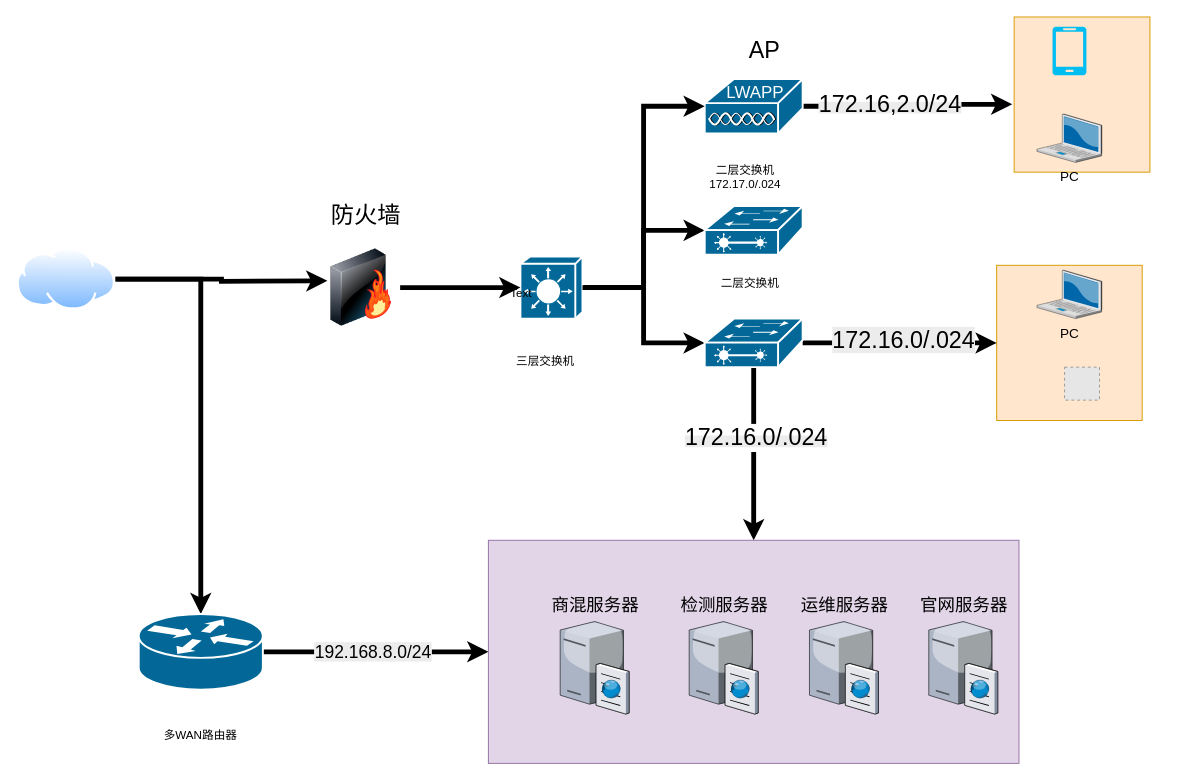
NewStart2019/cardiac-segmentation keeps this draw.io diagram as 未命名绘图.drawio. Above is the earlier version. Source tidied: cells renumbered, new cells numbered last; positions are measured from the earlier drawing's top-left corner, leaving out a move shared by most shapes. Both pictures are drawn from the tidied source at 97%, with x=0, y=0 at pixel (16, 16). Pictures stored in the file or linked from it are replaced by grey dashed boxes.
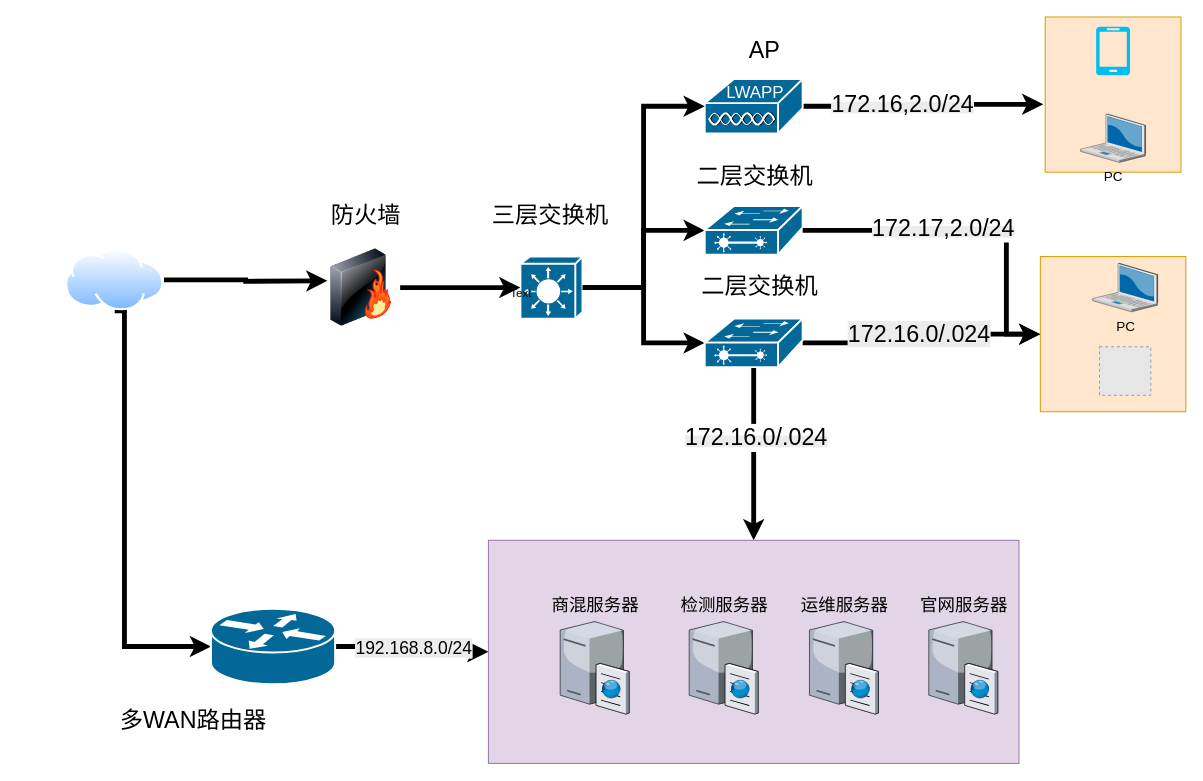
Above is the later version.

Unchanged cells that the change refers to:
```xml
<mxCell id="15" style="strokeColor=#ffffff;sketch=0;html=1;dashed=0;fillColor=#036897;strokeWidth=2;verticalLabelPosition=bottom;verticalAlign=top;align=center;outlineConnect=0;shape=mxgraph.cisco.switches.layer_2_remote_switch;" parent="1" vertex="1">
  <mxGeometry x="709" y="195" width="101" height="50" as="geometry" />
</mxCell>
```

Diff of the diagram source:
```diff
@@
-    <mxCell id="2" style="edgeStyle=orthogonalEdgeStyle;rounded=0;jettySize=auto;html=1;strokeWidth=5;" parent="1" edge="1" source="3" target="29">
-      <mxGeometry relative="1" as="geometry" />
+    <mxCell id="2" style="edgeStyle=orthogonalEdgeStyle;rounded=0;jettySize=auto;html=1;strokeWidth=5;exitX=0.5;exitY=1;exitDx=0;exitDy=0;" parent="1" edge="1" source="3" target="29">
+      <mxGeometry relative="1" as="geometry">
+        <Array as="points">
+          <mxPoint x="110.8" y="649" />
+        </Array>
+      </mxGeometry>
     </mxCell>
     <mxCell id="3" style="perimeter=ellipsePerimeter;html=1;align=center;shadow=0;dashed=0;spacingTop=3;image;image=img/lib/active_directory/internet_cloud.svg;fontSize=18;" parent="1" vertex="1">
-      <mxGeometry y="238.2" width="101.6" height="64" as="geometry" />
+      <mxGeometry x="50" y="239" width="101.6" height="64" as="geometry" />
     </mxCell>
@@
     <mxCell id="8" style="whiteSpace=wrap;html=1;fillColor=#ffe6cc;strokeColor=#d79b00;" parent="1" vertex="1">
-      <mxGeometry x="1010" y="256" width="150" height="160" as="geometry" />
+      <mxGeometry x="1055" y="247" width="150" height="160" as="geometry" />
     </mxCell>
@@
     <mxCell id="20" value="PC" style="verticalLabelPosition=bottom;html=1;verticalAlign=top;strokeColor=none;shape=mxgraph.citrix.laptop_2;fillColor=#66B2FF;gradientColor=#0066CC;fontSize=14;" parent="1" vertex="1">
-      <mxGeometry x="1051.5" y="261" width="67" height="50" as="geometry" />
+      <mxGeometry x="1109" y="254" width="67" height="50" as="geometry" />
     </mxCell>
-    <mxCell id="21" value="三层交换机" style="text;html=1;whiteSpace=wrap;strokeColor=none;fillColor=none;align=center;verticalAlign=middle;rounded=0;" parent="1" vertex="1">
-      <mxGeometry x="500" y="340" width="90" height="30" as="geometry" />
+    <mxCell id="21" value="&lt;font style=&quot;font-size: 24px;&quot;&gt;三层交换机&lt;/font&gt;" style="text;html=1;whiteSpace=wrap;strokeColor=none;fillColor=none;align=center;verticalAlign=middle;rounded=0;" parent="1" vertex="1">
+      <mxGeometry x="480" y="190" width="140" height="30" as="geometry" />
     </mxCell>
-    <mxCell id="22" value="二层交换机&lt;br&gt;172.17.0/.024" style="text;html=1;whiteSpace=wrap;strokeColor=none;fillColor=none;align=center;verticalAlign=middle;rounded=0;" parent="1" vertex="1">
-      <mxGeometry x="696.5" y="150" width="108" height="30" as="geometry" />
+    <mxCell id="22" value="&lt;font style=&quot;font-size: 24px;&quot;&gt;二层交换机&lt;/font&gt;" style="text;html=1;whiteSpace=wrap;strokeColor=none;fillColor=none;align=center;verticalAlign=middle;rounded=0;" parent="1" vertex="1">
+      <mxGeometry x="696.5" y="150" width="128" height="30" as="geometry" />
     </mxCell>
     <mxCell id="23" style="whiteSpace=wrap;html=1;fillColor=#ffe6cc;strokeColor=#d79b00;" parent="1" vertex="1">
-      <mxGeometry x="1028" width="140" height="160" as="geometry" />
+      <mxGeometry x="1060" width="140" height="160" as="geometry" />
     </mxCell>
     <mxCell id="24" style="fillColor=#E6E6E6;strokeColor=#999999;dashed=1;html=1;verticalAlign=top;verticalLabelPosition=bottom;labelBackgroundColor=#ffffff;" parent="1" vertex="1">
-      <mxGeometry x="1080" y="361" width="36" height="34" as="geometry" />
+      <mxGeometry x="1116" y="340" width="52.9" height="50" as="geometry" />
     </mxCell>
     <mxCell id="25" style="verticalLabelPosition=bottom;html=1;verticalAlign=top;align=center;strokeColor=none;fillColor=#00BEF2;shape=mxgraph.azure.mobile;fontSize=18;" parent="1" vertex="1">
-      <mxGeometry x="1067.5" y="10" width="35" height="50" as="geometry" />
+      <mxGeometry x="1112.5" y="10" width="35" height="50" as="geometry" />
     </mxCell>
-    <mxCell id="26" value="二层交换机" style="text;html=1;whiteSpace=wrap;strokeColor=none;fillColor=none;align=center;verticalAlign=middle;rounded=0;" parent="1" vertex="1">
-      <mxGeometry x="702" y="260" width="108" height="30" as="geometry" />
+    <mxCell id="26" value="&lt;font style=&quot;font-size: 24px;&quot;&gt;二层交换机&lt;/font&gt;" style="text;html=1;whiteSpace=wrap;strokeColor=none;fillColor=none;align=center;verticalAlign=middle;rounded=0;" parent="1" vertex="1">
+      <mxGeometry x="702" y="263" width="128" height="30" as="geometry" />
     </mxCell>
@@
     <mxCell id="29" style="strokeColor=#ffffff;sketch=0;html=1;dashed=0;fillColor=#036897;strokeWidth=2;verticalLabelPosition=bottom;verticalAlign=top;align=center;outlineConnect=0;shape=mxgraph.cisco.routers.router;" parent="1" vertex="1">
-      <mxGeometry x="125.5" y="615.5" width="128" height="78" as="geometry" />
+      <mxGeometry x="200" y="610" width="128" height="78" as="geometry" />
     </mxCell>
@@
-    <mxCell id="31" value="多WAN路由器" style="text;html=1;whiteSpace=wrap;strokeColor=none;fillColor=none;align=center;verticalAlign=middle;rounded=0;" parent="1" vertex="1">
-      <mxGeometry x="139" y="725.5" width="101" height="30" as="geometry" />
+    <mxCell id="31" value="&lt;font style=&quot;font-size: 24px;&quot;&gt;多WAN路由器&lt;/font&gt;" style="text;html=1;whiteSpace=wrap;strokeColor=none;fillColor=none;align=center;verticalAlign=middle;rounded=0;" parent="1" vertex="1">
+      <mxGeometry x="101.6" y="710" width="160" height="30" as="geometry" />
     </mxCell>
@@
     <mxCell id="38" value="PC" style="verticalLabelPosition=bottom;html=1;verticalAlign=top;strokeColor=none;shape=mxgraph.citrix.laptop_2;fillColor=#66B2FF;gradientColor=#0066CC;fontSize=14;" parent="1" vertex="1">
-      <mxGeometry x="1051.5" y="100" width="67" height="50" as="geometry" />
+      <mxGeometry x="1096.5" y="100" width="67" height="50" as="geometry" />
     </mxCell>
@@
+    <mxCell id="41" style="edgeStyle=orthogonalEdgeStyle;rounded=0;jettySize=auto;html=1;entryX=0;entryY=0.5;entryDx=0;entryDy=0;strokeWidth=5;" parent="1" edge="1" source="15" target="8">
+      <mxGeometry relative="1" as="geometry">
+        <Array as="points">
+          <mxPoint x="1020" y="220" />
+          <mxPoint x="1020" y="327" />
+        </Array>
+      </mxGeometry>
+    </mxCell>
+    <mxCell id="42" value="&lt;span style=&quot;white-space: normal; background-color: rgb(236, 236, 236);&quot;&gt;&lt;font style=&quot;font-size: 24px;&quot;&gt;172.17,2.0/24&lt;/font&gt;&lt;/span&gt;" style="edgeLabel;html=1;align=center;verticalAlign=middle;" parent="41" vertex="1">
+      <mxGeometry x="-0.18" y="3" relative="1" as="geometry" />
+    </mxCell>
```
